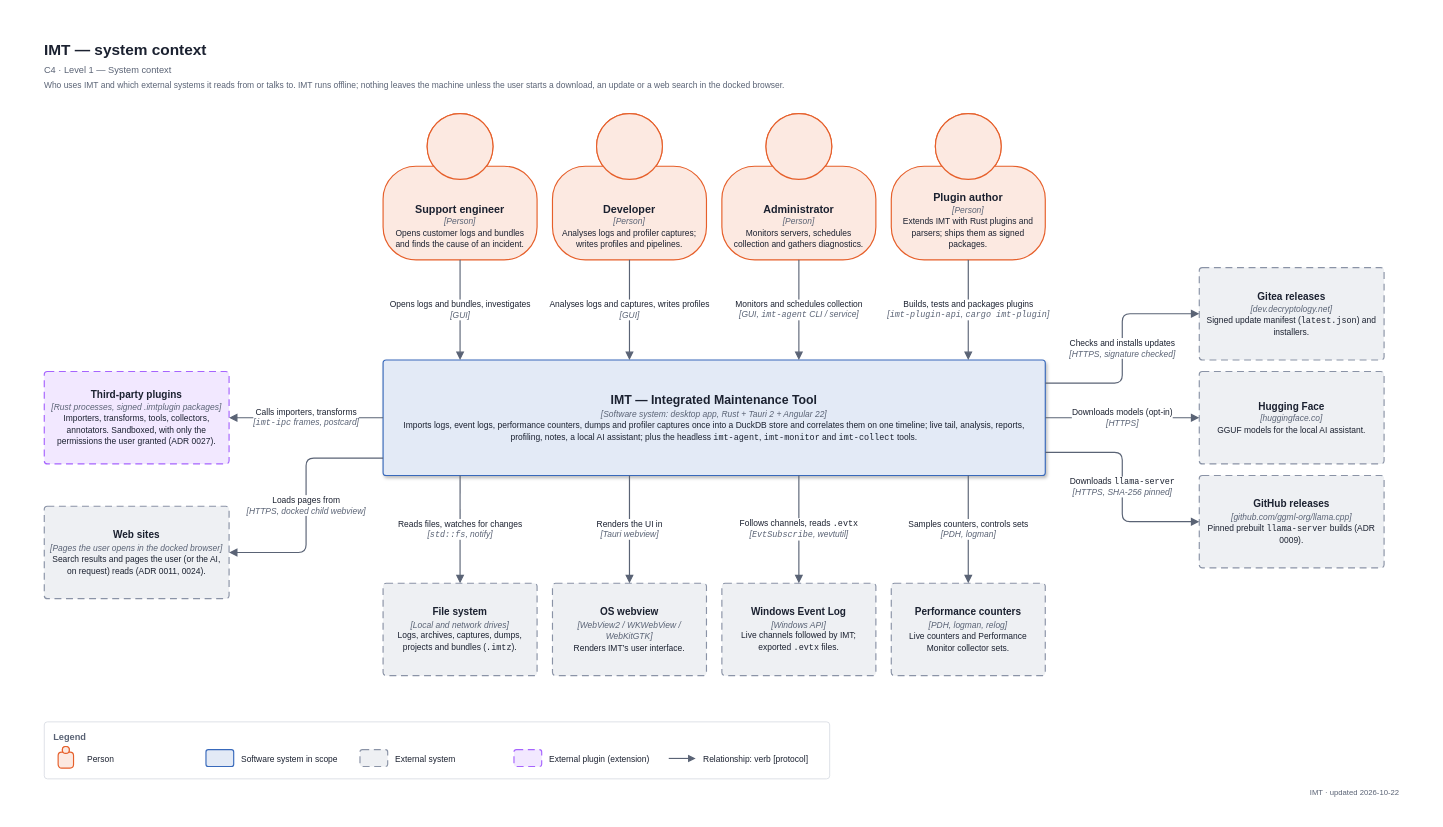
This is docs/diagrams/c4-1-context.drawio from decryp7/integrated_maintenance_tool, a draw.io file, before an edit. Source tidied: cells renumbered, new cells numbered last; positions are measured from the earlier drawing's top-left corner, leaving out a move shared by most shapes. Both pictures are drawn from the tidied source at 77%, with x=0, y=0 at pixel (13, 13).
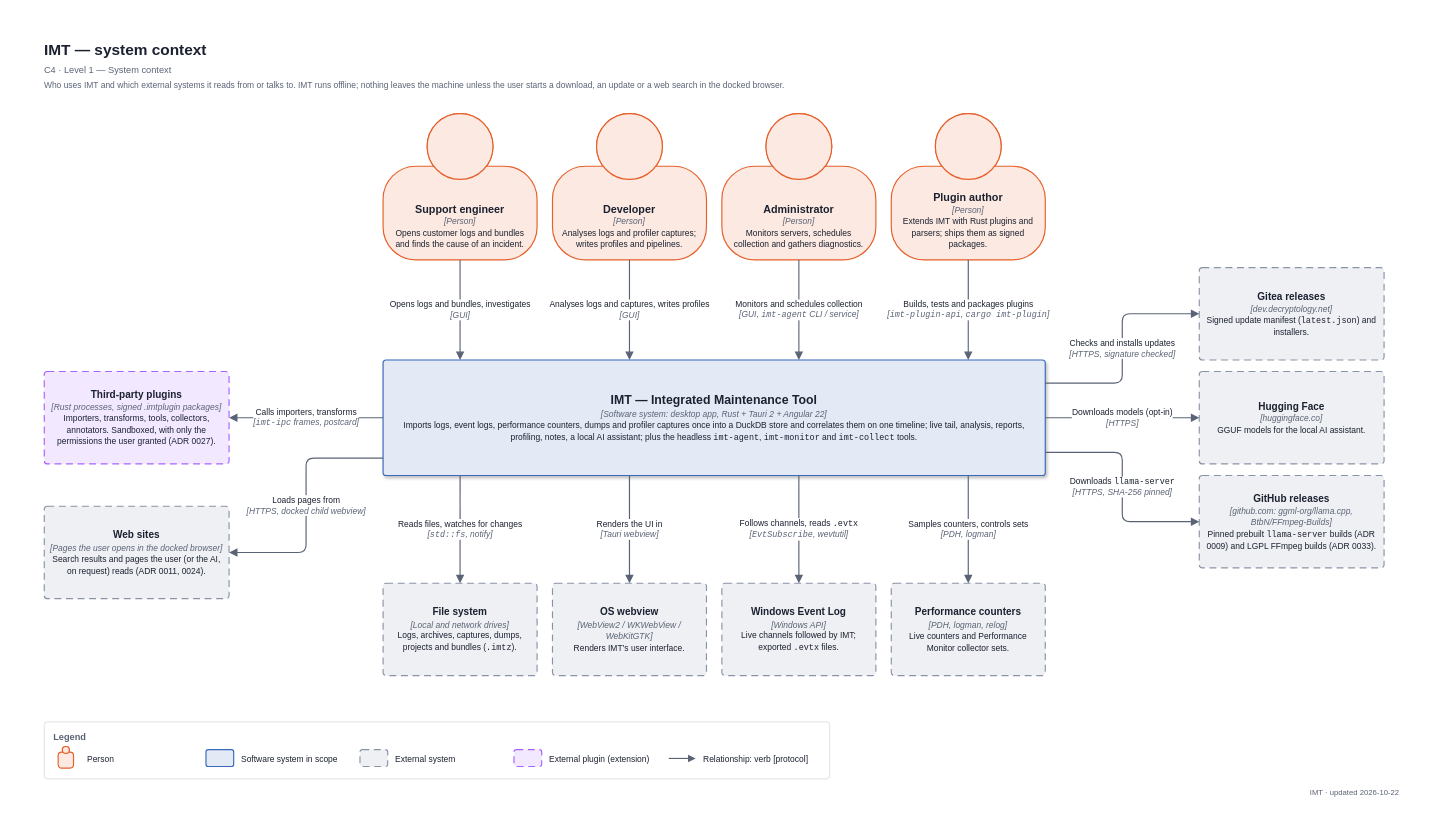
Above is the later version.

Diff of the diagram source:
```diff
@@
-    <mxCell id="27" value="&lt;div style=&quot;line-height:1.35&quot;&gt;&lt;b style=&quot;font-size:13px&quot;&gt;GitHub releases&lt;/b&gt;&lt;br&gt;&lt;i style=&quot;font-size:11px;color:#5A6375&quot;&gt;[github.com/ggml-org/llama.cpp]&lt;/i&gt;&lt;br&gt;&lt;span style=&quot;font-size:11px&quot;&gt;Pinned prebuilt &lt;span style=&quot;font-family:Consolas,Menlo,monospace;white-space:nowrap&quot;&gt;llama-server&lt;/span&gt; builds (ADR 0009).&lt;/span&gt;&lt;/div&gt;" style="fontFamily=Arial,Helvetica,sans-serif;html=1;whiteSpace=wrap;fontColor=#1B2130;fontSize=11;rounded=1;arcSize=8;absoluteArcSize=1;strokeWidth=1.5;strokeColor=#8A93A6;fillColor=#EEF0F3;spacing=8;align=center;verticalAlign=middle;dashed=1;dashPattern=6 4;" parent="1" vertex="1">
+    <mxCell id="27" value="&lt;div style=&quot;line-height:1.35&quot;&gt;&lt;b style=&quot;font-size:13px&quot;&gt;GitHub releases&lt;/b&gt;&lt;br&gt;&lt;i style=&quot;font-size:11px;color:#5A6375&quot;&gt;[github.com: ggml-org/llama.cpp, BtbN/FFmpeg-Builds]&lt;/i&gt;&lt;br&gt;&lt;span style=&quot;font-size:11px&quot;&gt;Pinned prebuilt &lt;span style=&quot;font-family:Consolas,Menlo,monospace;white-space:nowrap&quot;&gt;llama-server&lt;/span&gt; builds (ADR 0009) and LGPL FFmpeg builds (ADR 0033).&lt;/span&gt;&lt;/div&gt;" style="fontFamily=Arial,Helvetica,sans-serif;html=1;whiteSpace=wrap;fontColor=#1B2130;fontSize=11;rounded=1;arcSize=8;absoluteArcSize=1;strokeWidth=1.5;strokeColor=#8A93A6;fillColor=#EEF0F3;spacing=8;align=center;verticalAlign=middle;dashed=1;dashPattern=6 4;" parent="1" vertex="1">
       <mxGeometry x="1540" y="600" width="240" height="120" as="geometry" />
     </mxCell>
```
